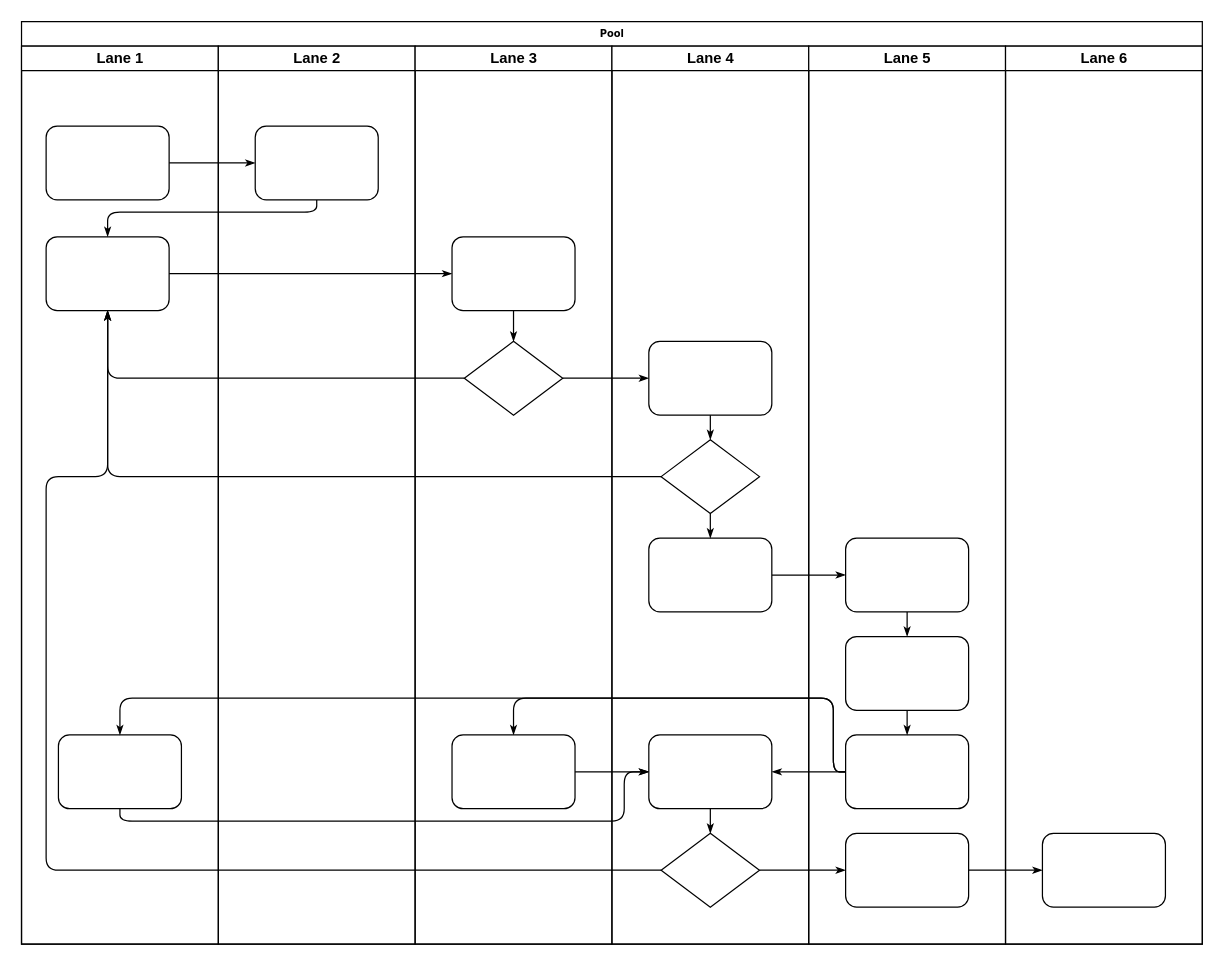
The draw.io diagram Diagrama sin título.drawio in jorgiibe/Proyecto2, before the edit. Source tidied: cells renumbered, new cells numbered last; positions are measured from the earlier drawing's top-left corner, leaving out a move shared by most shapes. Both pictures are drawn from the tidied source at 123%, with x=0, y=0 at pixel (21, 21).
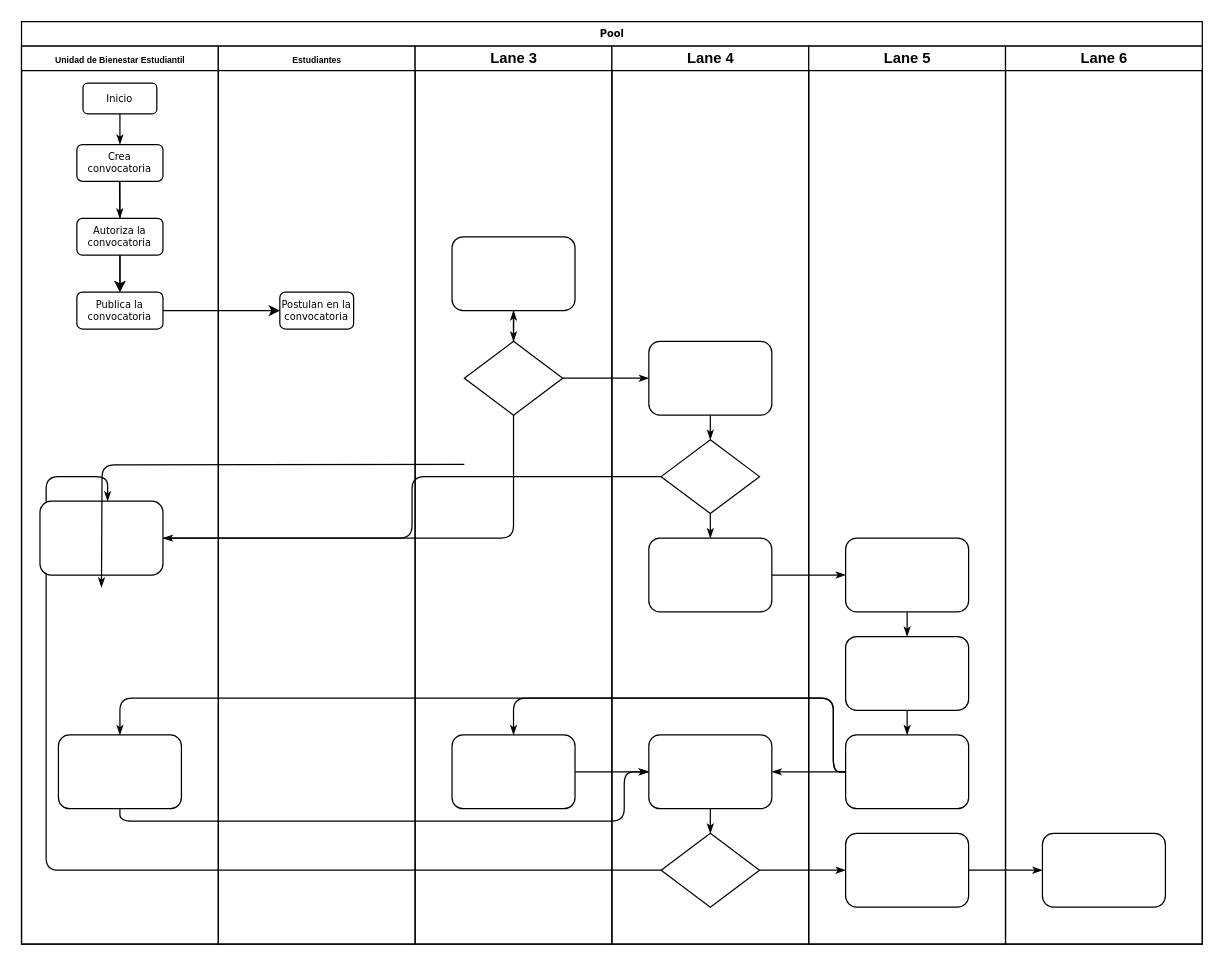
The same diagram, later.

Commit message:
Proceso de beca

The change refers to these unchanged cells:
```xml
<mxCell id="2" value="Pool" style="swimlane;html=1;startSize=20;rounded=0;shadow=0;labelBackgroundColor=none;strokeWidth=1;fontFamily=Verdana;fontSize=8;align=center;" parent="1" vertex="1">
  <mxGeometry width="960" height="750" as="geometry" />
</mxCell>
<mxCell id="26" style="rhombus;whiteSpace=wrap;html=1;rounded=0;shadow=0;labelBackgroundColor=none;strokeWidth=1;fontFamily=Verdana;fontSize=8;align=center;" parent="24" vertex="1">
  <mxGeometry x="40" y="240" width="80" height="60" as="geometry" />
</mxCell>
```

What changed in the source:
```diff
@@
-    <mxCell id="3" value="Lane 1" style="swimlane;html=1;startSize=20;" parent="2" vertex="1">
-      <mxGeometry y="20" width="160" height="730" as="geometry" />
-    </mxCell>
-    <mxCell id="4" style="rounded=1;whiteSpace=wrap;html=1;shadow=0;labelBackgroundColor=none;strokeWidth=1;fontFamily=Verdana;fontSize=8;align=center;" parent="3" vertex="1">
-      <mxGeometry x="20" y="65" width="100" height="60" as="geometry" />
-    </mxCell>
-    <mxCell id="5" style="rounded=1;whiteSpace=wrap;html=1;shadow=0;labelBackgroundColor=none;strokeWidth=1;fontFamily=Verdana;fontSize=8;align=center;" parent="3" vertex="1">
-      <mxGeometry x="20" y="155" width="100" height="60" as="geometry" />
-    </mxCell>
-    <mxCell id="6" style="rounded=1;whiteSpace=wrap;html=1;shadow=0;labelBackgroundColor=none;strokeWidth=1;fontFamily=Verdana;fontSize=8;align=center;" parent="3" vertex="1">
-      <mxGeometry x="30" y="560" width="100" height="60" as="geometry" />
-    </mxCell>
-    <mxCell id="7" style="edgeStyle=orthogonalEdgeStyle;rounded=1;html=1;labelBackgroundColor=none;startArrow=none;startFill=0;startSize=5;endArrow=classicThin;endFill=1;endSize=5;jettySize=auto;strokeWidth=1;fontFamily=Verdana;fontSize=8;" parent="2" edge="1" source="4" target="23">
-      <mxGeometry relative="1" as="geometry" />
-    </mxCell>
-    <mxCell id="8" style="edgeStyle=orthogonalEdgeStyle;rounded=1;html=1;labelBackgroundColor=none;startArrow=none;startFill=0;startSize=5;endArrow=classicThin;endFill=1;endSize=5;jettySize=auto;strokeWidth=1;fontFamily=Verdana;fontSize=8;" parent="2" edge="1" source="23" target="5">
-      <mxGeometry relative="1" as="geometry">
-        <Array as="points">
-          <mxPoint x="240" y="155" />
-          <mxPoint x="70" y="155" />
-        </Array>
-      </mxGeometry>
-    </mxCell>
@@
-    <mxCell id="10" style="edgeStyle=orthogonalEdgeStyle;rounded=1;html=1;labelBackgroundColor=none;startArrow=none;startFill=0;startSize=5;endArrow=classicThin;endFill=1;endSize=5;jettySize=auto;strokeWidth=1;fontFamily=Verdana;fontSize=8;" parent="2" edge="1" source="26" target="5">
-      <mxGeometry relative="1" as="geometry" />
-    </mxCell>
@@
+    <mxCell id="3" value="&lt;font style=&quot;font-size: 7px;&quot;&gt;Unidad de Bienestar Estudiantil&lt;/font&gt;" style="swimlane;html=1;startSize=20;" parent="2" vertex="1">
+      <mxGeometry y="20" width="160" height="730" as="geometry" />
+    </mxCell>
+    <mxCell id="4" value="Inicio" style="rounded=1;whiteSpace=wrap;html=1;shadow=0;labelBackgroundColor=none;strokeWidth=1;fontFamily=Verdana;fontSize=8;align=center;" parent="3" vertex="1">
+      <mxGeometry x="50" y="30" width="60" height="25" as="geometry" />
+    </mxCell>
+    <mxCell id="5" style="rounded=1;whiteSpace=wrap;html=1;shadow=0;labelBackgroundColor=none;strokeWidth=1;fontFamily=Verdana;fontSize=8;align=center;" parent="3" vertex="1">
+      <mxGeometry x="15" y="370" width="100" height="60" as="geometry" />
+    </mxCell>
+    <mxCell id="6" style="rounded=1;whiteSpace=wrap;html=1;shadow=0;labelBackgroundColor=none;strokeWidth=1;fontFamily=Verdana;fontSize=8;align=center;" parent="3" vertex="1">
+      <mxGeometry x="30" y="560" width="100" height="60" as="geometry" />
+    </mxCell>
+    <mxCell id="47" style="edgeStyle=orthogonalEdgeStyle;rounded=0;jettySize=auto;html=1;" parent="3" edge="1" source="48" target="52">
+      <mxGeometry relative="1" as="geometry" />
+    </mxCell>
+    <mxCell id="48" value="Crea convocatoria" style="rounded=1;whiteSpace=wrap;html=1;shadow=0;labelBackgroundColor=none;strokeWidth=1;fontFamily=Verdana;fontSize=8;align=center;" parent="3" vertex="1">
+      <mxGeometry x="45" y="80" width="70" height="30" as="geometry" />
+    </mxCell>
+    <mxCell id="7" style="edgeStyle=orthogonalEdgeStyle;rounded=1;html=1;labelBackgroundColor=none;startArrow=none;startFill=0;startSize=5;endArrow=classicThin;endFill=1;endSize=5;jettySize=auto;strokeWidth=1;fontFamily=Verdana;fontSize=8;entryX=0.5;entryY=0;entryDx=0;entryDy=0;" parent="3" edge="1" source="4" target="48">
+      <mxGeometry relative="1" as="geometry" />
+    </mxCell>
+    <mxCell id="49" style="edgeStyle=orthogonalEdgeStyle;rounded=0;jettySize=auto;html=1;" parent="3" edge="1" source="50" target="52">
+      <mxGeometry relative="1" as="geometry" />
+    </mxCell>
+    <mxCell id="50" value="Autoriza la convocatoria" style="rounded=1;whiteSpace=wrap;html=1;shadow=0;labelBackgroundColor=none;strokeWidth=1;fontFamily=Verdana;fontSize=8;align=center;" parent="3" vertex="1">
+      <mxGeometry x="45" y="140" width="70" height="30" as="geometry" />
+    </mxCell>
+    <mxCell id="51" style="edgeStyle=orthogonalEdgeStyle;rounded=1;html=1;labelBackgroundColor=none;startArrow=none;startFill=0;startSize=5;endArrow=classicThin;endFill=1;endSize=5;jettySize=auto;strokeWidth=1;fontFamily=Verdana;fontSize=8;entryX=0.5;entryY=0;entryDx=0;entryDy=0;" parent="3" edge="1" target="50">
+      <mxGeometry relative="1" as="geometry">
+        <mxPoint x="79.7" y="110" as="sourcePoint" />
+        <Array as="points">
+          <mxPoint x="80" y="120" />
+          <mxPoint x="80" y="120" />
+        </Array>
+      </mxGeometry>
+    </mxCell>
+    <mxCell id="52" value="Publica la convocatoria" style="rounded=1;whiteSpace=wrap;html=1;shadow=0;labelBackgroundColor=none;strokeWidth=1;fontFamily=Verdana;fontSize=8;align=center;" parent="3" vertex="1">
+      <mxGeometry x="45" y="200" width="70" height="30" as="geometry" />
+    </mxCell>
-    <mxCell id="22" value="Lane 2" style="swimlane;html=1;startSize=20;" parent="2" vertex="1">
+    <mxCell id="22" value="&lt;font style=&quot;font-size: 7px;&quot;&gt;Estudiantes&lt;/font&gt;" style="swimlane;html=1;startSize=20;" parent="2" vertex="1">
       <mxGeometry x="160" y="20" width="160" height="730" as="geometry" />
     </mxCell>
-    <mxCell id="23" style="rounded=1;whiteSpace=wrap;html=1;shadow=0;labelBackgroundColor=none;strokeWidth=1;fontFamily=Verdana;fontSize=8;align=center;" parent="22" vertex="1">
-      <mxGeometry x="30" y="65" width="100" height="60" as="geometry" />
+    <mxCell id="23" value="Postulan en la convocatoria&lt;br&gt;" style="rounded=1;whiteSpace=wrap;html=1;shadow=0;labelBackgroundColor=none;strokeWidth=1;fontFamily=Verdana;fontSize=8;align=center;" parent="22" vertex="1">
+      <mxGeometry x="50" y="200" width="60" height="30" as="geometry" />
     </mxCell>
+    <mxCell id="10" style="edgeStyle=orthogonalEdgeStyle;rounded=1;html=1;labelBackgroundColor=none;startArrow=none;startFill=0;startSize=5;endArrow=classicThin;endFill=1;endSize=5;jettySize=auto;orthogonalLoop=1;strokeWidth=1;fontFamily=Verdana;fontSize=8;" parent="22" edge="1">
+      <mxGeometry relative="1" as="geometry">
+        <mxPoint x="200" y="340" as="sourcePoint" />
+        <mxPoint x="-95" y="440" as="targetPoint" />
+      </mxGeometry>
+    </mxCell>
@@
+    <mxCell id="53" style="edgeStyle=orthogonalEdgeStyle;rounded=0;jettySize=auto;html=1;" parent="2" edge="1" source="52" target="23">
+      <mxGeometry relative="1" as="geometry" />
+    </mxCell>
```
